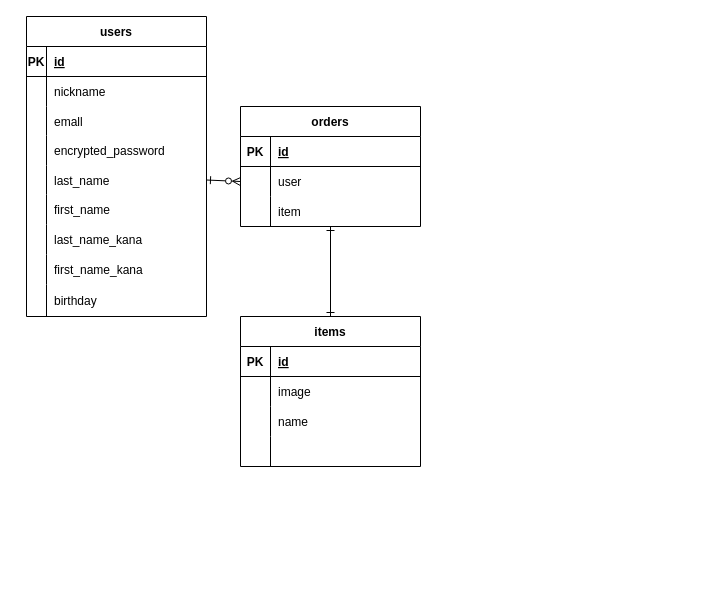
Before: test.dio in taku-min/furima-38920, a draw.io diagram. Source tidied: cells renumbered, new cells numbered last; positions are measured from the earlier drawing's top-left corner, leaving out a move shared by most shapes. Both pictures are drawn from the tidied source at 100%, with x=0, y=0 at pixel (26, 16).
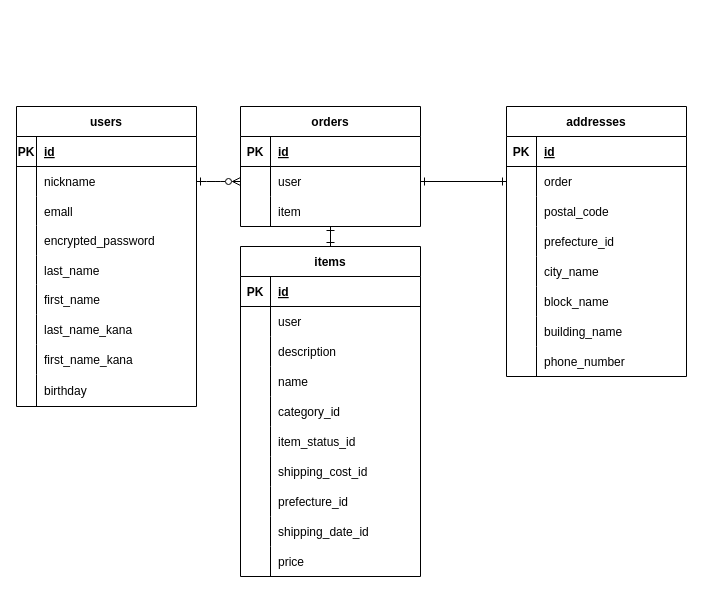
Above is the later version.

Unchanged cells that the change refers to:
```xml
<mxCell id="6" style="shape=tableRow;horizontal=0;startSize=0;swimlaneHead=0;swimlaneBody=0;fillColor=none;points=[[0,0.5],[1,0.5]];portConstraint=eastwest;top=0;left=0;right=0;bottom=0;" parent="2" vertex="1">
  <mxGeometry y="60" width="180" height="30" as="geometry" />
</mxCell>
<mxCell id="15" style="shape=tableRow;horizontal=0;startSize=0;swimlaneHead=0;swimlaneBody=0;fillColor=none;points=[[0,0.5],[1,0.5]];portConstraint=eastwest;top=0;left=0;right=0;bottom=0;" parent="2" vertex="1">
  <mxGeometry y="149" width="180" height="29" as="geometry" />
</mxCell>
<mxCell id="34" style="shape=tableRow;horizontal=0;startSize=0;swimlaneHead=0;swimlaneBody=0;fillColor=none;points=[[0,0.5],[1,0.5]];portConstraint=eastwest;top=0;left=0;right=0;bottom=0;strokeColor=default;fontFamily=Helvetica;fontSize=12;fontColor=default;" parent="30" vertex="1">
  <mxGeometry y="60" width="180" height="30" as="geometry" />
</mxCell>
<mxCell id="45" style="shape=tableRow;horizontal=0;startSize=0;swimlaneHead=0;swimlaneBody=0;fillColor=none;top=0;left=0;right=0;bottom=0;strokeColor=default;fontFamily=Helvetica;fontSize=12;fontColor=default;" parent="41" vertex="1">
  <mxGeometry y="60" width="180" height="30" as="geometry" />
</mxCell>
```

The edit, as a diff of the source:
```diff
@@
     <mxCell id="2" value="users" style="shape=table;startSize=30;childLayout=tableLayout;rowLines=0;fontStyle=1;align=center;" parent="1" vertex="1">
-      <mxGeometry width="180" height="300" as="geometry" />
+      <mxGeometry x="-10" y="90" width="180" height="300" as="geometry" />
     </mxCell>
@@
     <mxCell id="41" value="items" style="shape=table;startSize=30;childLayout=tableLayout;rowLines=0;fontStyle=1;align=center;strokeColor=default;fontFamily=Helvetica;fontSize=12;fontColor=default;fillColor=none;" parent="1" vertex="1">
-      <mxGeometry x="214" y="300" width="180" height="150" as="geometry" />
+      <mxGeometry x="214" y="230" width="180" height="330" as="geometry" />
     </mxCell>
@@
-    <mxCell id="47" value="image" style="shape=partialRectangle;fillColor=none;top=0;left=0;bottom=0;right=0;align=left;spacingLeft=6;overflow=hidden;strokeColor=default;fontFamily=Helvetica;fontSize=12;fontColor=default;" parent="45" vertex="1">
+    <mxCell id="47" value="user" style="shape=partialRectangle;fillColor=none;top=0;left=0;bottom=0;right=0;align=left;spacingLeft=6;overflow=hidden;strokeColor=default;fontFamily=Helvetica;fontSize=12;fontColor=default;" parent="45" vertex="1">
       <mxGeometry x="30" width="150" height="30" as="geometry" />
     </mxCell>
+    <mxCell id="55" style="shape=tableRow;horizontal=0;startSize=0;swimlaneHead=0;swimlaneBody=0;fillColor=none;top=0;left=0;right=0;bottom=0;strokeColor=default;fontFamily=Helvetica;fontSize=12;fontColor=default;" parent="41" vertex="1">
+      <mxGeometry y="90" width="180" height="30" as="geometry" />
+    </mxCell>
+    <mxCell id="56" style="shape=partialRectangle;fillColor=none;top=0;left=0;bottom=0;right=0;overflow=hidden;strokeColor=default;fontFamily=Helvetica;fontSize=12;fontColor=default;" parent="55" vertex="1">
+      <mxGeometry width="30" height="30" as="geometry" />
+    </mxCell>
+    <mxCell id="57" value="description" style="shape=partialRectangle;fillColor=none;top=0;left=0;bottom=0;right=0;align=left;spacingLeft=6;overflow=hidden;strokeColor=default;fontFamily=Helvetica;fontSize=12;fontColor=default;" parent="55" vertex="1">
+      <mxGeometry x="30" width="150" height="30" as="geometry" />
+    </mxCell>
     <mxCell id="48" style="shape=tableRow;horizontal=0;startSize=0;swimlaneHead=0;swimlaneBody=0;fillColor=none;top=0;left=0;right=0;bottom=0;strokeColor=default;fontFamily=Helvetica;fontSize=12;fontColor=default;" parent="41" vertex="1">
-      <mxGeometry y="90" width="180" height="30" as="geometry" />
+      <mxGeometry y="120" width="180" height="30" as="geometry" />
     </mxCell>
@@
-    <mxCell id="51" style="shape=tableRow;horizontal=0;startSize=0;swimlaneHead=0;swimlaneBody=0;fillColor=none;top=0;left=0;right=0;bottom=0;strokeColor=default;fontFamily=Helvetica;fontSize=12;fontColor=default;" parent="41" vertex="1">
-      <mxGeometry y="120" width="180" height="30" as="geometry" />
-    </mxCell>
-    <mxCell id="52" style="shape=partialRectangle;fillColor=none;top=0;left=0;bottom=0;right=0;overflow=hidden;strokeColor=default;fontFamily=Helvetica;fontSize=12;fontColor=default;" parent="51" vertex="1">
-      <mxGeometry width="30" height="30" as="geometry" />
-    </mxCell>
-    <mxCell id="53" style="shape=partialRectangle;fillColor=none;top=0;left=0;bottom=0;right=0;align=left;spacingLeft=6;overflow=hidden;strokeColor=default;fontFamily=Helvetica;fontSize=12;fontColor=default;" parent="51" vertex="1">
-      <mxGeometry x="30" width="150" height="30" as="geometry" />
-    </mxCell>
-    <mxCell id="54" style="edgeStyle=none;html=1;exitX=1;exitY=0.5;exitDx=0;exitDy=0;entryX=0;entryY=0.5;entryDx=0;entryDy=0;startArrow=ERone;startFill=0;endArrow=ERzeroToMany;endFill=0;" parent="1" edge="1" source="15" target="34">
-      <mxGeometry relative="1" as="geometry" />
-    </mxCell>
+    <mxCell id="58" style="shape=tableRow;horizontal=0;startSize=0;swimlaneHead=0;swimlaneBody=0;fillColor=none;top=0;left=0;right=0;bottom=0;strokeColor=default;fontFamily=Helvetica;fontSize=12;fontColor=default;" parent="41" vertex="1">
+      <mxGeometry y="150" width="180" height="30" as="geometry" />
+    </mxCell>
+    <mxCell id="59" style="shape=partialRectangle;fillColor=none;top=0;left=0;bottom=0;right=0;overflow=hidden;strokeColor=default;fontFamily=Helvetica;fontSize=12;fontColor=default;" parent="58" vertex="1">
+      <mxGeometry width="30" height="30" as="geometry" />
+    </mxCell>
+    <mxCell id="60" value="category_id" style="shape=partialRectangle;fillColor=none;top=0;left=0;bottom=0;right=0;align=left;spacingLeft=6;overflow=hidden;strokeColor=default;fontFamily=Helvetica;fontSize=12;fontColor=default;" parent="58" vertex="1">
+      <mxGeometry x="30" width="150" height="30" as="geometry" />
+    </mxCell>
+    <mxCell id="61" style="shape=tableRow;horizontal=0;startSize=0;swimlaneHead=0;swimlaneBody=0;fillColor=none;top=0;left=0;right=0;bottom=0;strokeColor=default;fontFamily=Helvetica;fontSize=12;fontColor=default;" parent="41" vertex="1">
+      <mxGeometry y="180" width="180" height="30" as="geometry" />
+    </mxCell>
+    <mxCell id="62" style="shape=partialRectangle;fillColor=none;top=0;left=0;bottom=0;right=0;overflow=hidden;strokeColor=default;fontFamily=Helvetica;fontSize=12;fontColor=default;" parent="61" vertex="1">
+      <mxGeometry width="30" height="30" as="geometry" />
+    </mxCell>
+    <mxCell id="63" value="item_status_id" style="shape=partialRectangle;fillColor=none;top=0;left=0;bottom=0;right=0;align=left;spacingLeft=6;overflow=hidden;strokeColor=default;fontFamily=Helvetica;fontSize=12;fontColor=default;" parent="61" vertex="1">
+      <mxGeometry x="30" width="150" height="30" as="geometry" />
+    </mxCell>
+    <mxCell id="64" style="shape=tableRow;horizontal=0;startSize=0;swimlaneHead=0;swimlaneBody=0;fillColor=none;top=0;left=0;right=0;bottom=0;strokeColor=default;fontFamily=Helvetica;fontSize=12;fontColor=default;" parent="41" vertex="1">
+      <mxGeometry y="210" width="180" height="30" as="geometry" />
+    </mxCell>
+    <mxCell id="65" style="shape=partialRectangle;fillColor=none;top=0;left=0;bottom=0;right=0;overflow=hidden;strokeColor=default;fontFamily=Helvetica;fontSize=12;fontColor=default;" parent="64" vertex="1">
+      <mxGeometry width="30" height="30" as="geometry" />
+    </mxCell>
+    <mxCell id="66" value="shipping_cost_id " style="shape=partialRectangle;fillColor=none;top=0;left=0;bottom=0;right=0;align=left;spacingLeft=6;overflow=hidden;strokeColor=default;fontFamily=Helvetica;fontSize=12;fontColor=default;" parent="64" vertex="1">
+      <mxGeometry x="30" width="150" height="30" as="geometry" />
+    </mxCell>
+    <mxCell id="67" style="shape=tableRow;horizontal=0;startSize=0;swimlaneHead=0;swimlaneBody=0;fillColor=none;top=0;left=0;right=0;bottom=0;strokeColor=default;fontFamily=Helvetica;fontSize=12;fontColor=default;" parent="41" vertex="1">
+      <mxGeometry y="240" width="180" height="30" as="geometry" />
+    </mxCell>
+    <mxCell id="68" style="shape=partialRectangle;fillColor=none;top=0;left=0;bottom=0;right=0;overflow=hidden;strokeColor=default;fontFamily=Helvetica;fontSize=12;fontColor=default;" parent="67" vertex="1">
+      <mxGeometry width="30" height="30" as="geometry" />
+    </mxCell>
+    <mxCell id="69" value="prefecture_id" style="shape=partialRectangle;fillColor=none;top=0;left=0;bottom=0;right=0;align=left;spacingLeft=6;overflow=hidden;strokeColor=default;fontFamily=Helvetica;fontSize=12;fontColor=default;" parent="67" vertex="1">
+      <mxGeometry x="30" width="150" height="30" as="geometry" />
+    </mxCell>
+    <mxCell id="70" style="shape=tableRow;horizontal=0;startSize=0;swimlaneHead=0;swimlaneBody=0;fillColor=none;top=0;left=0;right=0;bottom=0;strokeColor=default;fontFamily=Helvetica;fontSize=12;fontColor=default;" parent="41" vertex="1">
+      <mxGeometry y="270" width="180" height="30" as="geometry" />
+    </mxCell>
+    <mxCell id="71" style="shape=partialRectangle;fillColor=none;top=0;left=0;bottom=0;right=0;overflow=hidden;strokeColor=default;fontFamily=Helvetica;fontSize=12;fontColor=default;" parent="70" vertex="1">
+      <mxGeometry width="30" height="30" as="geometry" />
+    </mxCell>
+    <mxCell id="72" value="shipping_date_id" style="shape=partialRectangle;fillColor=none;top=0;left=0;bottom=0;right=0;align=left;spacingLeft=6;overflow=hidden;strokeColor=default;fontFamily=Helvetica;fontSize=12;fontColor=default;" parent="70" vertex="1">
+      <mxGeometry x="30" width="150" height="30" as="geometry" />
+    </mxCell>
+    <mxCell id="73" style="shape=tableRow;horizontal=0;startSize=0;swimlaneHead=0;swimlaneBody=0;fillColor=none;top=0;left=0;right=0;bottom=0;strokeColor=default;fontFamily=Helvetica;fontSize=12;fontColor=default;" parent="41" vertex="1">
+      <mxGeometry y="300" width="180" height="30" as="geometry" />
+    </mxCell>
+    <mxCell id="74" style="shape=partialRectangle;fillColor=none;top=0;left=0;bottom=0;right=0;overflow=hidden;strokeColor=default;fontFamily=Helvetica;fontSize=12;fontColor=default;" parent="73" vertex="1">
+      <mxGeometry width="30" height="30" as="geometry" />
+    </mxCell>
+    <mxCell id="75" value="price" style="shape=partialRectangle;fillColor=none;top=0;left=0;bottom=0;right=0;align=left;spacingLeft=6;overflow=hidden;strokeColor=default;fontFamily=Helvetica;fontSize=12;fontColor=default;" parent="73" vertex="1">
+      <mxGeometry x="30" width="150" height="30" as="geometry" />
+    </mxCell>
+    <mxCell id="76" value="addresses" style="shape=table;startSize=30;childLayout=tableLayout;rowLines=0;fontStyle=1;align=center;" parent="1" vertex="1">
+      <mxGeometry x="480" y="90" width="180" height="270" as="geometry" />
+    </mxCell>
+    <mxCell id="77" style="shape=tableRow;horizontal=0;startSize=0;swimlaneHead=0;swimlaneBody=0;fillColor=none;top=0;left=0;right=0;bottom=1;" parent="76" vertex="1">
+      <mxGeometry y="30" width="180" height="30" as="geometry" />
+    </mxCell>
+    <mxCell id="78" value="PK" style="shape=partialRectangle;fillColor=none;top=0;left=0;bottom=0;right=0;fontStyle=1;overflow=hidden;" parent="77" vertex="1">
+      <mxGeometry width="30" height="30" as="geometry" />
+    </mxCell>
+    <mxCell id="79" value="id" style="shape=partialRectangle;fillColor=none;top=0;left=0;bottom=0;right=0;align=left;spacingLeft=6;fontStyle=5;overflow=hidden;" parent="77" vertex="1">
+      <mxGeometry x="30" width="150" height="30" as="geometry" />
+    </mxCell>
+    <mxCell id="80" style="shape=tableRow;horizontal=0;startSize=0;swimlaneHead=0;swimlaneBody=0;fillColor=none;points=[[0,0.5],[1,0.5]];portConstraint=eastwest;top=0;left=0;right=0;bottom=0;" parent="76" vertex="1">
+      <mxGeometry y="60" width="180" height="30" as="geometry" />
+    </mxCell>
+    <mxCell id="81" style="shape=partialRectangle;fillColor=none;top=0;left=0;bottom=0;right=0;overflow=hidden;" parent="80" vertex="1">
+      <mxGeometry width="30" height="30" as="geometry" />
+    </mxCell>
+    <mxCell id="82" value="order" style="shape=partialRectangle;fillColor=none;top=0;left=0;bottom=0;right=0;align=left;spacingLeft=6;overflow=hidden;" parent="80" vertex="1">
+      <mxGeometry x="30" width="150" height="30" as="geometry" />
+    </mxCell>
+    <mxCell id="83" style="shape=tableRow;horizontal=0;startSize=0;swimlaneHead=0;swimlaneBody=0;fillColor=none;top=0;left=0;right=0;bottom=0;" parent="76" vertex="1">
+      <mxGeometry y="90" width="180" height="30" as="geometry" />
+    </mxCell>
+    <mxCell id="84" style="shape=partialRectangle;fillColor=none;top=0;left=0;bottom=0;right=0;overflow=hidden;" parent="83" vertex="1">
+      <mxGeometry width="30" height="30" as="geometry" />
+    </mxCell>
+    <mxCell id="85" value="postal_code" style="shape=partialRectangle;fillColor=none;top=0;left=0;bottom=0;right=0;align=left;spacingLeft=6;overflow=hidden;" parent="83" vertex="1">
+      <mxGeometry x="30" width="150" height="30" as="geometry" />
+    </mxCell>
+    <mxCell id="86" style="shape=tableRow;horizontal=0;startSize=0;swimlaneHead=0;swimlaneBody=0;fillColor=none;top=0;left=0;right=0;bottom=0;" parent="76" vertex="1">
+      <mxGeometry y="120" width="180" height="30" as="geometry" />
+    </mxCell>
+    <mxCell id="87" style="shape=partialRectangle;fillColor=none;top=0;left=0;bottom=0;right=0;overflow=hidden;" parent="86" vertex="1">
+      <mxGeometry width="30" height="30" as="geometry" />
+    </mxCell>
+    <mxCell id="88" value="prefecture_id" style="shape=partialRectangle;fillColor=none;top=0;left=0;bottom=0;right=0;align=left;spacingLeft=6;overflow=hidden;" parent="86" vertex="1">
+      <mxGeometry x="30" width="150" height="30" as="geometry" />
+    </mxCell>
+    <mxCell id="89" style="shape=tableRow;horizontal=0;startSize=0;swimlaneHead=0;swimlaneBody=0;fillColor=none;top=0;left=0;right=0;bottom=0;" parent="76" vertex="1">
+      <mxGeometry y="150" width="180" height="30" as="geometry" />
+    </mxCell>
+    <mxCell id="90" style="shape=partialRectangle;fillColor=none;top=0;left=0;bottom=0;right=0;overflow=hidden;" parent="89" vertex="1">
+      <mxGeometry width="30" height="30" as="geometry" />
+    </mxCell>
+    <mxCell id="91" value="city_name" style="shape=partialRectangle;fillColor=none;top=0;left=0;bottom=0;right=0;align=left;spacingLeft=6;overflow=hidden;" parent="89" vertex="1">
+      <mxGeometry x="30" width="150" height="30" as="geometry" />
+    </mxCell>
+    <mxCell id="92" style="shape=tableRow;horizontal=0;startSize=0;swimlaneHead=0;swimlaneBody=0;fillColor=none;top=0;left=0;right=0;bottom=0;" parent="76" vertex="1">
+      <mxGeometry y="180" width="180" height="30" as="geometry" />
+    </mxCell>
+    <mxCell id="93" style="shape=partialRectangle;fillColor=none;top=0;left=0;bottom=0;right=0;overflow=hidden;" parent="92" vertex="1">
+      <mxGeometry width="30" height="30" as="geometry" />
+    </mxCell>
+    <mxCell id="94" value="block_name" style="shape=partialRectangle;fillColor=none;top=0;left=0;bottom=0;right=0;align=left;spacingLeft=6;overflow=hidden;" parent="92" vertex="1">
+      <mxGeometry x="30" width="150" height="30" as="geometry" />
+    </mxCell>
+    <mxCell id="95" style="shape=tableRow;horizontal=0;startSize=0;swimlaneHead=0;swimlaneBody=0;fillColor=none;top=0;left=0;right=0;bottom=0;" parent="76" vertex="1">
+      <mxGeometry y="210" width="180" height="30" as="geometry" />
+    </mxCell>
+    <mxCell id="96" style="shape=partialRectangle;fillColor=none;top=0;left=0;bottom=0;right=0;overflow=hidden;" parent="95" vertex="1">
+      <mxGeometry width="30" height="30" as="geometry" />
+    </mxCell>
+    <mxCell id="97" value="building_name " style="shape=partialRectangle;fillColor=none;top=0;left=0;bottom=0;right=0;align=left;spacingLeft=6;overflow=hidden;" parent="95" vertex="1">
+      <mxGeometry x="30" width="150" height="30" as="geometry" />
+    </mxCell>
+    <mxCell id="98" style="shape=tableRow;horizontal=0;startSize=0;swimlaneHead=0;swimlaneBody=0;fillColor=none;top=0;left=0;right=0;bottom=0;" parent="76" vertex="1">
+      <mxGeometry y="240" width="180" height="30" as="geometry" />
+    </mxCell>
+    <mxCell id="99" style="shape=partialRectangle;fillColor=none;top=0;left=0;bottom=0;right=0;overflow=hidden;" parent="98" vertex="1">
+      <mxGeometry width="30" height="30" as="geometry" />
+    </mxCell>
+    <mxCell id="100" value="phone_number" style="shape=partialRectangle;fillColor=none;top=0;left=0;bottom=0;right=0;align=left;spacingLeft=6;overflow=hidden;" parent="98" vertex="1">
+      <mxGeometry x="30" width="150" height="30" as="geometry" />
+    </mxCell>
+    <mxCell id="101" style="edgeStyle=none;html=1;exitX=1;exitY=0.5;exitDx=0;exitDy=0;entryX=0;entryY=0.5;entryDx=0;entryDy=0;startArrow=ERone;startFill=0;endArrow=ERzeroToMany;endFill=0;" parent="1" edge="1" source="6" target="34">
+      <mxGeometry relative="1" as="geometry">
+        <Array as="points">
+          <mxPoint x="190" y="165" />
+        </Array>
+      </mxGeometry>
+    </mxCell>
+    <mxCell id="102" style="edgeStyle=none;html=1;exitX=1;exitY=0.5;exitDx=0;exitDy=0;startArrow=ERone;startFill=0;endArrow=ERone;endFill=0;" parent="1" edge="1" source="34" target="80">
+      <mxGeometry relative="1" as="geometry" />
+    </mxCell>
```
